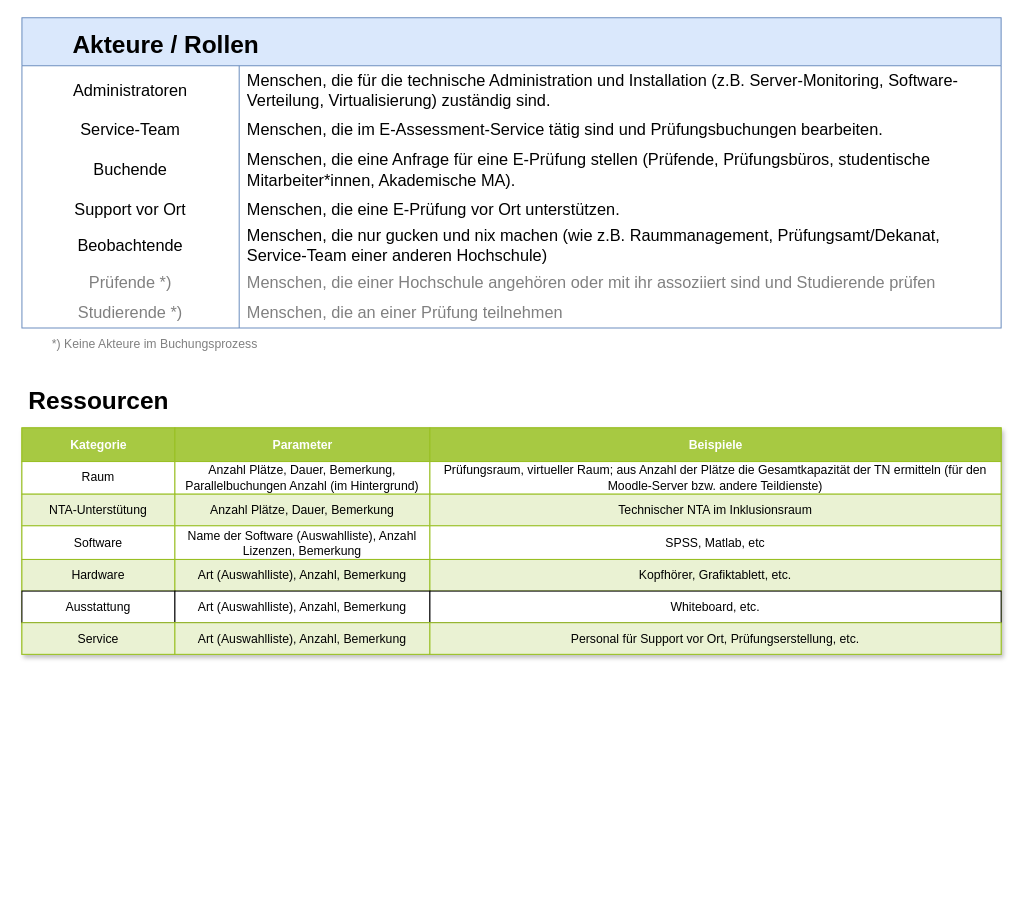
Before: definitionen.drawio in melanietreitinger/buchungstool, a draw.io diagram. Source tidied: cells renumbered, new cells numbered last; positions are measured from the earlier drawing's top-left corner, leaving out a move shared by most shapes. Both pictures are drawn from the tidied source at 102%, with x=0, y=0 at pixel (21, 17).
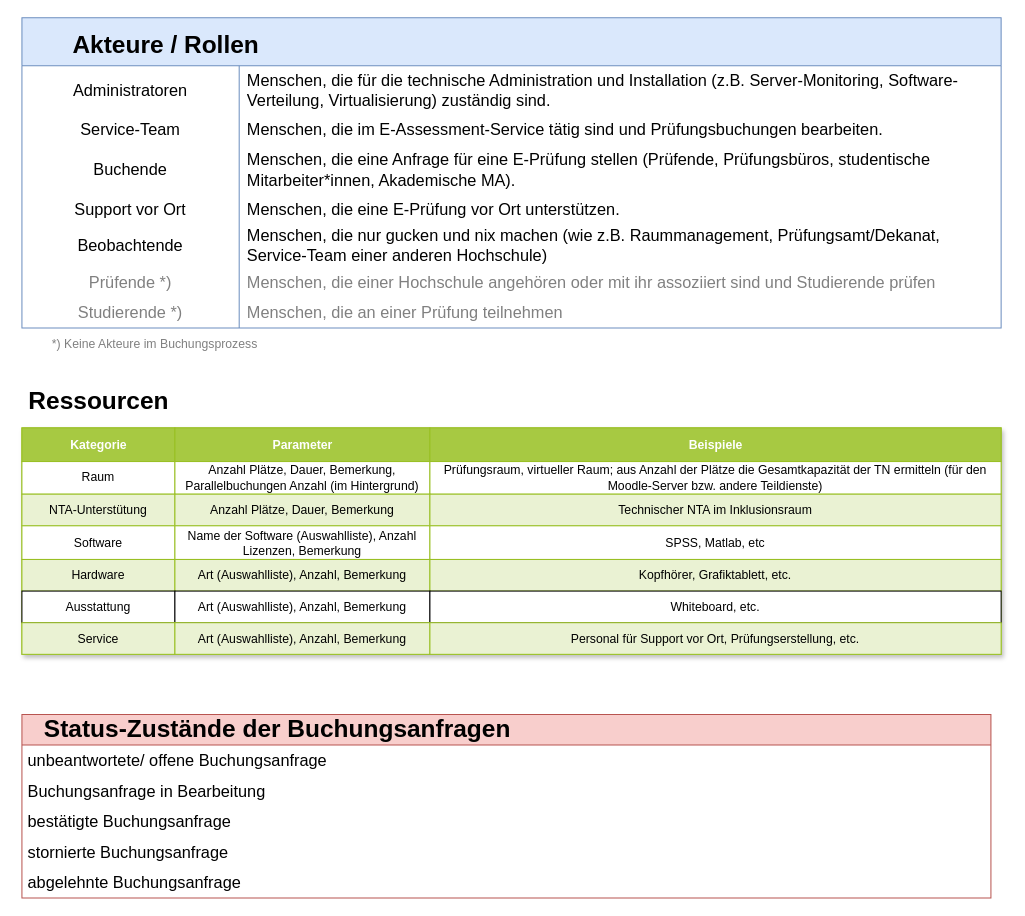
After the change.

Diff of the diagram source:
```diff
@@
+    <mxCell id="55" value="&lt;div style=&quot;padding-left: 20px;&quot; align=&quot;left&quot;&gt;&lt;font style=&quot;font-size: 24px;&quot;&gt;&lt;b&gt;Status-Zustände der Buchungsanfragen&lt;/b&gt;&lt;/font&gt;&lt;/div&gt;" style="swimlane;fontStyle=0;horizontal=1;startSize=30;whiteSpace=wrap;html=1;align=left;fillColor=#f8cecc;strokeColor=#b85450;" parent="1" vertex="1">
+      <mxGeometry y="683" width="950" height="180" as="geometry" />
+    </mxCell>
+    <mxCell id="56" value="unbeantwortete/&amp;nbsp;offene&amp;nbsp;Buchungsanfrage" style="text;strokeColor=none;fillColor=none;align=left;verticalAlign=middle;spacingLeft=4;spacingRight=4;overflow=hidden;whiteSpace=wrap;html=1;fontSize=16;" parent="55" vertex="1">
+      <mxGeometry y="30" width="950" height="30" as="geometry" />
+    </mxCell>
+    <mxCell id="57" value="Buchungsanfrage&amp;nbsp;in&amp;nbsp;Bearbeitung" style="text;strokeColor=none;fillColor=none;align=left;verticalAlign=middle;spacingLeft=4;spacingRight=4;overflow=hidden;whiteSpace=wrap;html=1;fontSize=16;" parent="55" vertex="1">
+      <mxGeometry y="60" width="950" height="30" as="geometry" />
+    </mxCell>
+    <mxCell id="58" value="bestätigte&amp;nbsp;Buchungsanfrage" style="text;strokeColor=none;fillColor=none;align=left;verticalAlign=middle;spacingLeft=4;spacingRight=4;overflow=hidden;whiteSpace=wrap;html=1;fontSize=16;" parent="55" vertex="1">
+      <mxGeometry y="90" width="950" height="30" as="geometry" />
+    </mxCell>
+    <mxCell id="59" value="stornierte&amp;nbsp;Buchungsanfrage" style="text;strokeColor=none;fillColor=none;align=left;verticalAlign=middle;spacingLeft=4;spacingRight=4;overflow=hidden;whiteSpace=wrap;html=1;fontSize=16;" parent="55" vertex="1">
+      <mxGeometry y="120" width="950" height="30" as="geometry" />
+    </mxCell>
+    <mxCell id="60" value="abgelehnte&amp;nbsp;Buchungsanfrage" style="text;strokeColor=none;fillColor=none;align=left;verticalAlign=middle;spacingLeft=4;spacingRight=4;overflow=hidden;whiteSpace=wrap;html=1;fontSize=16;" parent="55" vertex="1">
+      <mxGeometry y="150" width="950" height="30" as="geometry" />
+    </mxCell>
```
